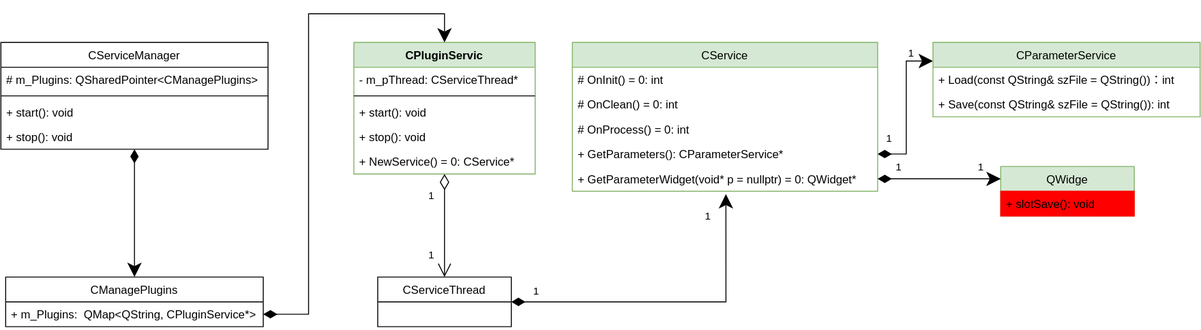
Earlier version of the draw.io export docs/Image/PluginServiceAPI.svg (KangLin/RabbitRemoteControl). Source tidied: cells renumbered, new cells last; positions are measured from the earlier drawing's top-left corner, leaving out a move shared by most shapes.
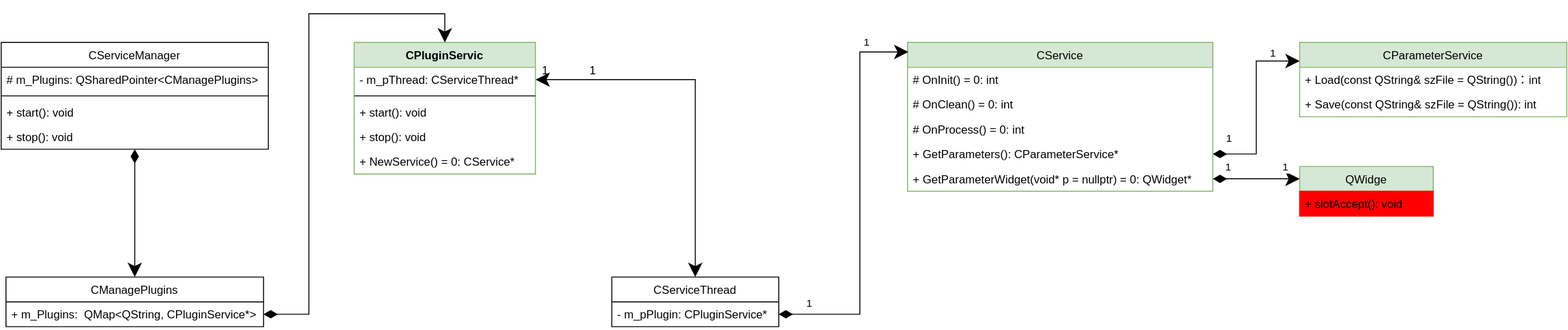
Later version of the same file.

Diff of the diagram source:
```diff
@@ -34,7 +34,7 @@
       </mxGeometry>
     </mxCell>
     <mxCell id="11" value="CService" style="swimlane;fontStyle=0;horizontal=1;startSize=26;fillColor=#d5e8d4;strokeColor=#82b366;" parent="1" vertex="1">
-      <mxGeometry x="599" width="320" height="156" as="geometry" />
+      <mxGeometry x="950" width="320" height="156" as="geometry" />
     </mxCell>
     <mxCell id="12" value="# OnInit() = 0: int" style="text;strokeColor=none;fillColor=none;align=left;verticalAlign=top;spacingLeft=4;spacingRight=4;overflow=hidden;" parent="11" vertex="1">
       <mxGeometry y="26" width="320" height="26" as="geometry" />
@@ -69,16 +69,17 @@
     <mxCell id="22" value="+ NewService() = 0: CService*" style="text;strokeColor=none;fillColor=none;align=left;verticalAlign=top;spacingLeft=4;spacingRight=4;overflow=hidden;" parent="17" vertex="1">
       <mxGeometry y="112" width="190" height="26" as="geometry" />
     </mxCell>
-    <mxCell id="23" style="edgeStyle=orthogonalEdgeStyle;rounded=0;jettySize=auto;html=1;startArrow=diamondThin;startFill=1;startSize=12;endSize=12;entryX=0.503;entryY=1.115;entryDx=0;entryDy=0;entryPerimeter=0;" parent="1" edge="1" source="26" target="16">
+    <mxCell id="23" style="edgeStyle=orthogonalEdgeStyle;rounded=0;jettySize=auto;html=1;startArrow=diamondThin;startFill=1;startSize=12;endSize=12;exitX=1;exitY=0.75;exitDx=0;exitDy=0;entryX=0.003;entryY=0.064;entryDx=0;entryDy=0;entryPerimeter=0;" parent="1" edge="1" source="26" target="11">
       <mxGeometry relative="1" as="geometry">
         <Array as="points">
-          <mxPoint x="760" y="272" />
+          <mxPoint x="900" y="285" />
+          <mxPoint x="900" y="10" />
         </Array>
       </mxGeometry>
     </mxCell>
     <mxCell id="24" value="1" style="edgeLabel;html=1;align=center;verticalAlign=middle;" parent="23" vertex="1">
       <mxGeometry x="0.86" y="-1" relative="1" as="geometry">
-        <mxPoint x="-20" y="-1" as="offset" />
+        <mxPoint x="-16" y="-11" as="offset" />
       </mxGeometry>
     </mxCell>
     <mxCell id="25" value="&lt;div&gt;1&lt;/div&gt;" style="edgeLabel;html=1;align=center;verticalAlign=middle;" parent="23" vertex="1">
@@ -87,23 +88,13 @@
       </mxGeometry>
     </mxCell>
     <mxCell id="26" value="CServiceThread" style="swimlane;fontStyle=0;horizontal=1;startSize=26;fillColor=none;" parent="1" vertex="1">
-      <mxGeometry x="395" y="246" width="140" height="52" as="geometry" />
+      <mxGeometry x="640" y="246" width="175" height="52" as="geometry" />
     </mxCell>
-    <mxCell id="27" style="edgeStyle=orthogonalEdgeStyle;rounded=0;jettySize=auto;html=1;entryX=0.5;entryY=0;entryDx=0;entryDy=0;startArrow=diamondThin;startFill=0;strokeWidth=1;startSize=14;endSize=12;endArrow=open;endFill=0;exitX=0.5;exitY=1;exitDx=0;exitDy=0;" parent="1" edge="1" source="17" target="26">
-      <mxGeometry relative="1" as="geometry" />
-    </mxCell>
-    <mxCell id="28" value="1" style="edgeLabel;html=1;align=center;verticalAlign=middle;" parent="27" vertex="1">
-      <mxGeometry x="0.76" y="2" relative="1" as="geometry">
-        <mxPoint x="-17" y="-11" as="offset" />
-      </mxGeometry>
-    </mxCell>
-    <mxCell id="29" value="1" style="edgeLabel;html=1;align=center;verticalAlign=middle;" parent="27" vertex="1">
-      <mxGeometry x="-0.74" relative="1" as="geometry">
-        <mxPoint x="-15" y="8" as="offset" />
-      </mxGeometry>
-    </mxCell>
+    <mxCell id="41" value="- m_pPlugin: CPluginService*" style="text;strokeColor=none;fillColor=none;align=left;verticalAlign=top;spacingLeft=4;spacingRight=4;overflow=hidden;" parent="26" vertex="1">
+      <mxGeometry y="26" width="175" height="26" as="geometry" />
+    </mxCell>
     <mxCell id="30" value="CParameterService" style="swimlane;fontStyle=0;horizontal=1;startSize=26;fillColor=#d5e8d4;strokeColor=#82b366;" parent="1" vertex="1">
-      <mxGeometry x="977" width="280" height="78" as="geometry" />
+      <mxGeometry x="1361" width="280" height="78" as="geometry" />
     </mxCell>
     <mxCell id="31" value="+ Load(const QString&amp; szFile = QString())：int" style="text;strokeColor=none;fillColor=none;align=left;verticalAlign=top;spacingLeft=4;spacingRight=4;overflow=hidden;" parent="30" vertex="1">
       <mxGeometry y="26" width="280" height="26" as="geometry" />
@@ -121,9 +112,9 @@
       <mxGeometry y="26" width="270" height="26" as="geometry" />
     </mxCell>
     <mxCell id="36" value="QWidge" style="swimlane;fontStyle=0;horizontal=1;startSize=26;fillColor=#d5e8d4;strokeColor=#82b366;" parent="1" vertex="1">
-      <mxGeometry x="1048" y="130" width="140" height="52" as="geometry" />
+      <mxGeometry x="1361" y="130" width="140" height="52" as="geometry" />
     </mxCell>
-    <mxCell id="37" value="+ slotSave(): void " style="text;strokeColor=#FF0000;fillColor=#FF0000;align=left;verticalAlign=top;spacingLeft=4;spacingRight=4;overflow=hidden;" parent="36" vertex="1">
+    <mxCell id="37" value="+ slotAccept(): void " style="text;strokeColor=#FF0000;fillColor=#FF0000;align=left;verticalAlign=top;spacingLeft=4;spacingRight=4;overflow=hidden;" parent="36" vertex="1">
       <mxGeometry y="26" width="140" height="26" as="geometry" />
     </mxCell>
     <mxCell id="38" style="edgeStyle=orthogonalEdgeStyle;rounded=0;jettySize=auto;html=1;exitX=1;exitY=0.5;exitDx=0;exitDy=0;entryX=0;entryY=0.25;entryDx=0;entryDy=0;startArrow=diamondThin;startFill=1;startSize=12;endSize=12;" parent="1" edge="1" source="16" target="36">
@@ -139,5 +130,14 @@
         <mxPoint y="-12" as="offset" />
       </mxGeometry>
     </mxCell>
+    <mxCell id="42" style="edgeStyle=orthogonalEdgeStyle;rounded=0;jettySize=auto;html=1;startArrow=classic;startFill=1;endArrow=classic;endFill=1;exitX=0.5;exitY=0;exitDx=0;exitDy=0;endSize=12;startSize=12;" parent="1" edge="1" source="26" target="18">
+      <mxGeometry relative="1" as="geometry" />
+    </mxCell>
+    <mxCell id="43" value="1" style="text;html=1;align=center;verticalAlign=middle;strokeColor=none;fillColor=none;" parent="1" vertex="1">
+      <mxGeometry x="560" y="20" width="20" height="20" as="geometry" />
+    </mxCell>
+    <mxCell id="44" value="1" style="text;html=1;align=center;verticalAlign=middle;strokeColor=none;fillColor=none;" parent="1" vertex="1">
+      <mxGeometry x="610" y="20" width="20" height="20" as="geometry" />
+    </mxCell>
   </root>
 </mxGraphModel>
```
